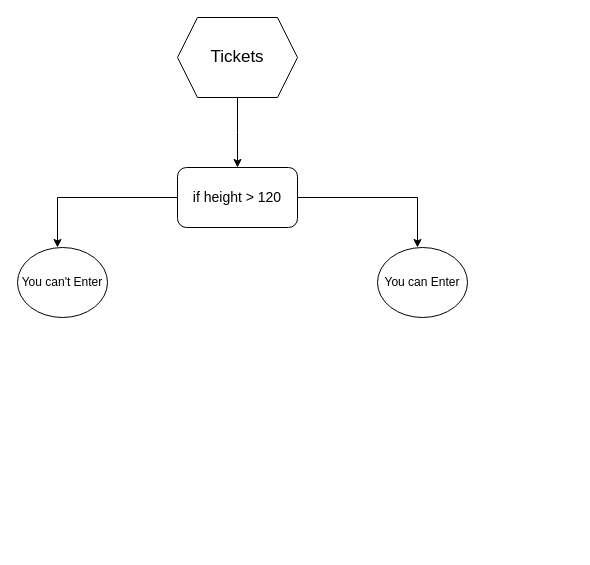
Above: Untitled Diagram.drawio in RilSteel/graph (draw.io), before the change. Source tidied: cells renumbered, new cells numbered last; positions are measured from the earlier drawing's top-left corner, leaving out a move shared by most shapes. Both pictures are drawn from the tidied source at 100%, with x=0, y=0 at pixel (17, 17).
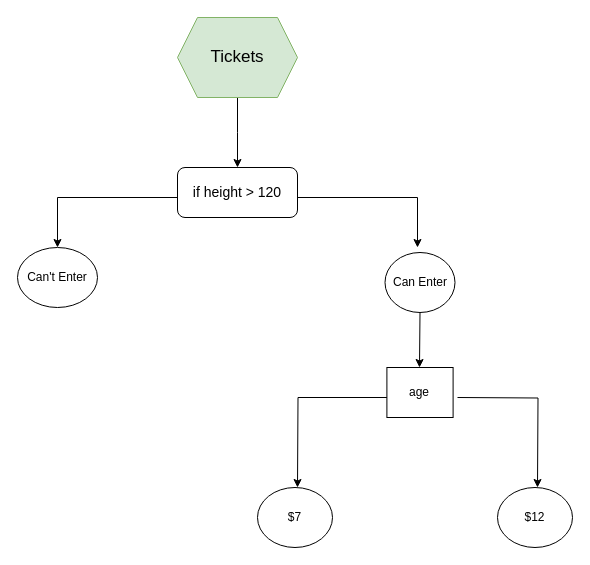
Above is the later version.

The edit, as a diff of the source:
```diff
@@
-    <mxCell id="3" value="&lt;font style=&quot;font-size: 17px;&quot;&gt;Tickets&lt;/font&gt;" style="shape=hexagon;perimeter=hexagonPerimeter2;whiteSpace=wrap;html=1;fixedSize=1;" parent="1" vertex="1">
+    <mxCell id="3" value="&lt;font style=&quot;font-size: 17px;&quot;&gt;Tickets&lt;/font&gt;" style="shape=hexagon;perimeter=hexagonPerimeter2;whiteSpace=wrap;html=1;fixedSize=1;fillColor=#d5e8d4;strokeColor=#82b366;" parent="1" vertex="1">
       <mxGeometry x="160" width="120" height="80" as="geometry" />
     </mxCell>
@@
     <mxCell id="6" value="&lt;font style=&quot;font-size: 14px;&quot;&gt;if height &amp;gt; 120&lt;/font&gt;" style="rounded=1;whiteSpace=wrap;html=1;" parent="1" vertex="1">
-      <mxGeometry x="160" y="150" width="120" height="60" as="geometry" />
+      <mxGeometry x="160" y="150" width="120" height="50" as="geometry" />
     </mxCell>
-    <mxCell id="7" value="You can't Enter" style="ellipse;whiteSpace=wrap;html=1;" parent="1" vertex="1">
-      <mxGeometry y="230" width="90" height="70" as="geometry" />
+    <mxCell id="7" value="Can't Enter" style="ellipse;whiteSpace=wrap;html=1;" parent="1" vertex="1">
+      <mxGeometry y="230" width="80" height="60" as="geometry" />
     </mxCell>
+    <mxCell id="9" style="edgeStyle=orthogonalEdgeStyle;rounded=0;jettySize=auto;html=1;" parent="1" edge="1" source="8">
+      <mxGeometry relative="1" as="geometry">
+        <mxPoint x="402" y="350" as="targetPoint" />
+      </mxGeometry>
+    </mxCell>
-    <mxCell id="8" value="You can Enter" style="ellipse;whiteSpace=wrap;html=1;" parent="1" vertex="1">
-      <mxGeometry x="360" y="230" width="90" height="70" as="geometry" />
+    <mxCell id="8" value="Can Enter" style="ellipse;whiteSpace=wrap;html=1;" parent="1" vertex="1">
+      <mxGeometry x="367.5" y="235" width="70" height="60" as="geometry" />
     </mxCell>
+    <mxCell id="10" style="edgeStyle=orthogonalEdgeStyle;rounded=0;jettySize=auto;html=1;exitX=0.16;exitY=0.6;exitDx=0;exitDy=0;exitPerimeter=0;" parent="1" edge="1" source="13">
+      <mxGeometry relative="1" as="geometry">
+        <mxPoint x="280" y="470" as="targetPoint" />
+      </mxGeometry>
+    </mxCell>
+    <mxCell id="11" style="edgeStyle=orthogonalEdgeStyle;rounded=0;orthogonalLoop=1;jettySize=auto;html=1;" parent="1" edge="1">
+      <mxGeometry relative="1" as="geometry">
+        <mxPoint x="440" y="380" as="sourcePoint" />
+        <mxPoint x="520" y="470" as="targetPoint" />
+      </mxGeometry>
+    </mxCell>
+    <mxCell id="12" value="$7" style="ellipse;whiteSpace=wrap;html=1;" parent="1" vertex="1">
+      <mxGeometry x="240" y="470" width="75" height="60" as="geometry" />
+    </mxCell>
+    <mxCell id="13" value="age" style="rounded=0;whiteSpace=wrap;html=1;" parent="1" vertex="1">
+      <mxGeometry x="369.4" y="350" width="66.2" height="50" as="geometry" />
+    </mxCell>
+    <mxCell id="14" value="$12" style="ellipse;whiteSpace=wrap;html=1;" parent="1" vertex="1">
+      <mxGeometry x="480" y="470" width="75" height="60" as="geometry" />
+    </mxCell>
```
